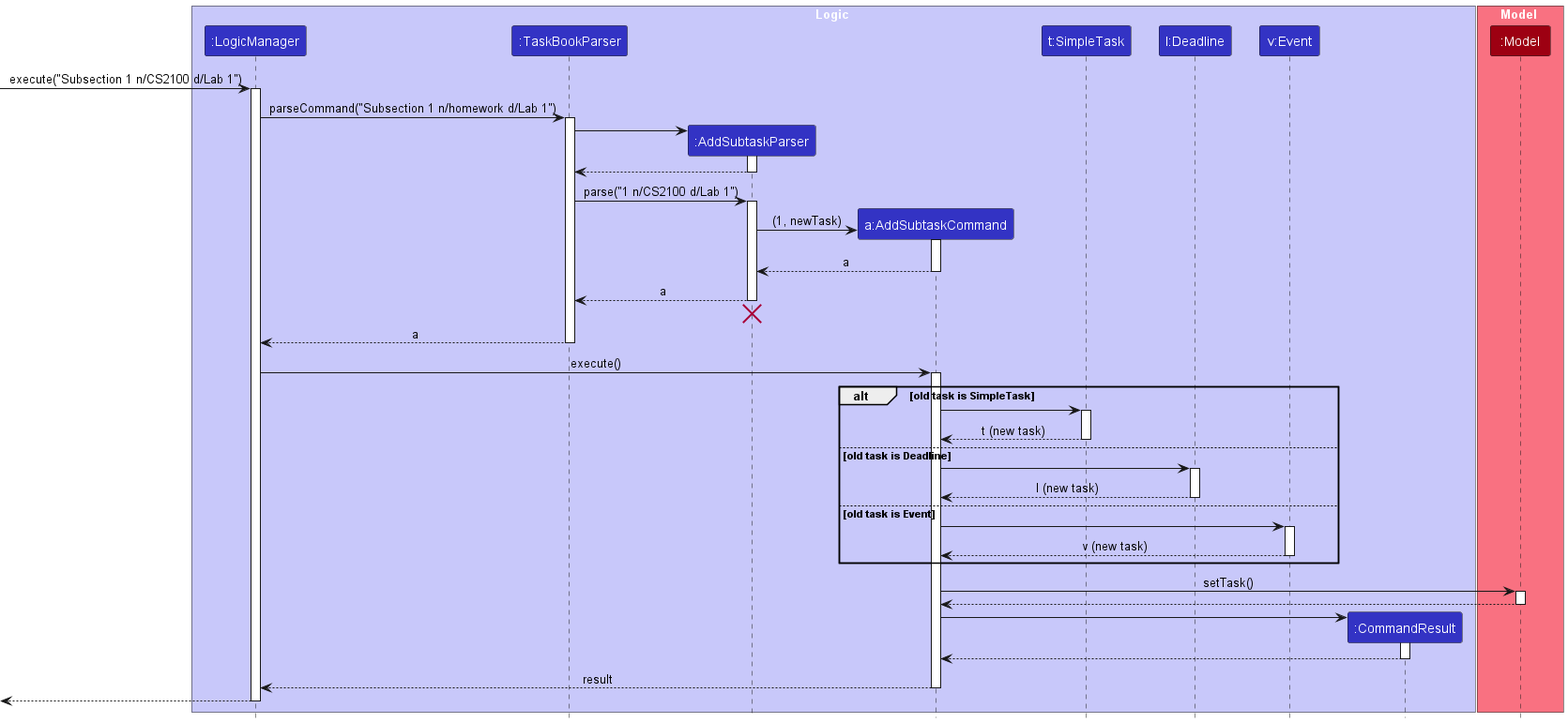
Before: docs/images/SubsectionSequenceDiagram.png, a diagram exported from PlantUML (nus-cs2103-AY2223S2/tp).
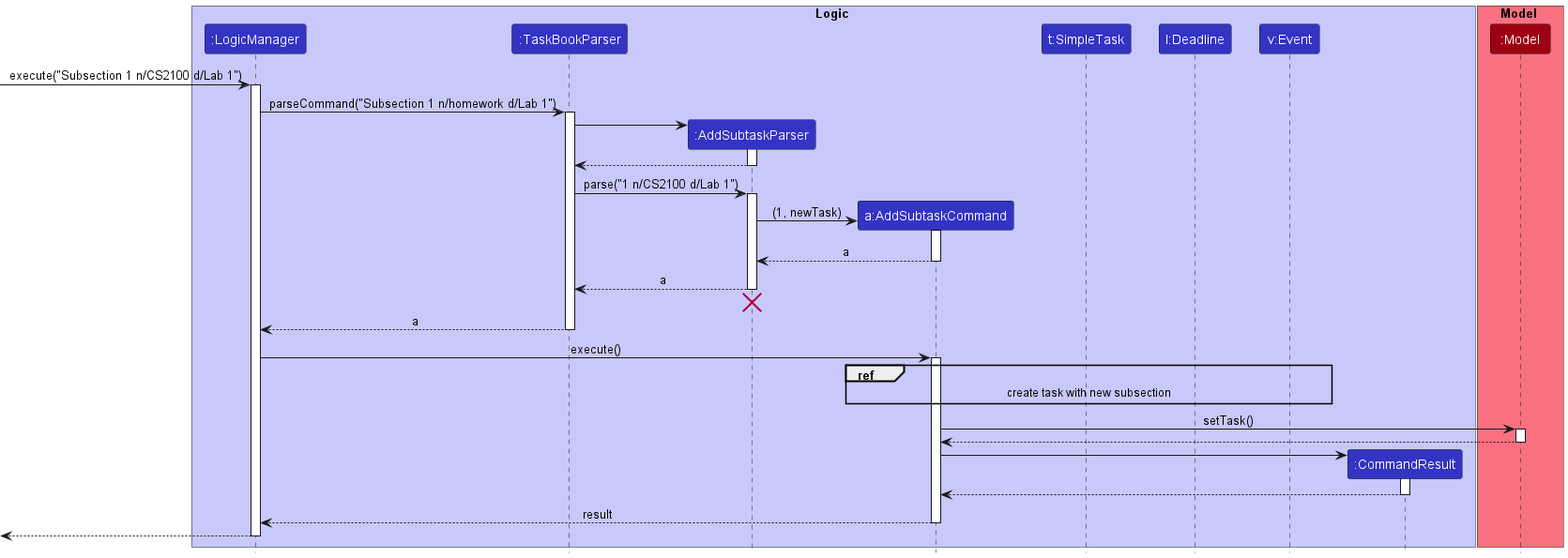
After the commit.

The edit, as a diff of the source:
```diff
@@ -52,28 +52,8 @@
 LogicManager -> AddSubtaskCommand : execute()
 activate AddSubtaskCommand
 
-alt old task is SimpleTask
+ref over  AddSubtaskCommand, SimpleTask, Deadline, Event : create task with new subsection
 
-    AddSubtaskCommand -> SimpleTask
-    activate SimpleTask
-
-    SimpleTask --> AddSubtaskCommand : t (new task)
-    deactivate SimpleTask
-
-else old task is Deadline
-    AddSubtaskCommand -> Deadline
-    activate Deadline
-
-    Deadline --> AddSubtaskCommand : l (new task)
-    deactivate Deadline
-
-else old task is Event
-    AddSubtaskCommand -> Event
-    activate Event
-
-    Event --> AddSubtaskCommand : v (new task)
-    deactivate Event
-end
 
 AddSubtaskCommand -> Model : setTask()
 activate Model
```
